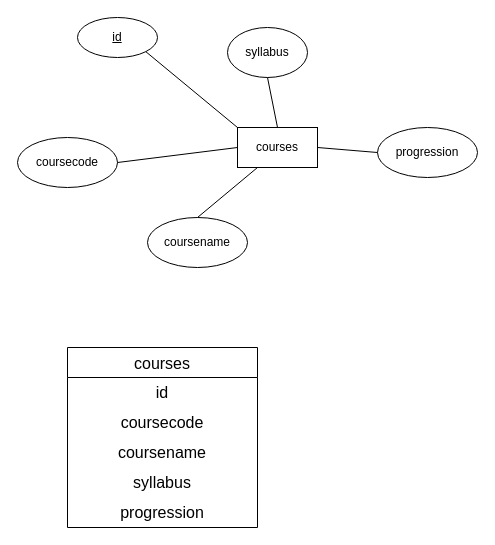
Before: er-diagram.drawio in elro2506/dt207g-labb1, a draw.io diagram. Source tidied: cells renumbered, new cells numbered last; positions are measured from the earlier drawing's top-left corner, leaving out a move shared by most shapes. Both pictures are drawn from the tidied source at 100%, with x=0, y=0 at pixel (17, 17).
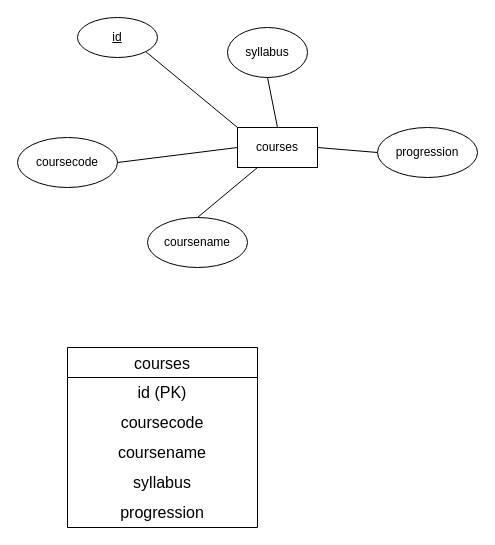
After the change.

Commit message:
Lagt till ER-diagrammet

Unchanged cells that the change refers to:
```xml
<mxCell id="14" style="shape=tableRow;horizontal=0;startSize=0;swimlaneHead=0;swimlaneBody=0;top=0;left=0;bottom=0;right=0;fillColor=none;strokeColor=inherit;fontSize=16;" parent="13" vertex="1">
  <mxGeometry y="30" width="190" height="30" as="geometry" />
</mxCell>
```

Diff of the diagram source:
```diff
@@
-    <mxCell id="15" value="id" style="shape=partialRectangle;html=1;whiteSpace=wrap;fillColor=none;top=0;left=0;bottom=0;right=0;overflow=hidden;strokeColor=inherit;fontSize=16;" parent="14" vertex="1">
+    <mxCell id="15" value="id (PK)" style="shape=partialRectangle;html=1;whiteSpace=wrap;fillColor=none;top=0;left=0;bottom=0;right=0;overflow=hidden;strokeColor=inherit;fontSize=16;" parent="14" vertex="1">
       <mxGeometry width="190" height="30" as="geometry" />
     </mxCell>
```
